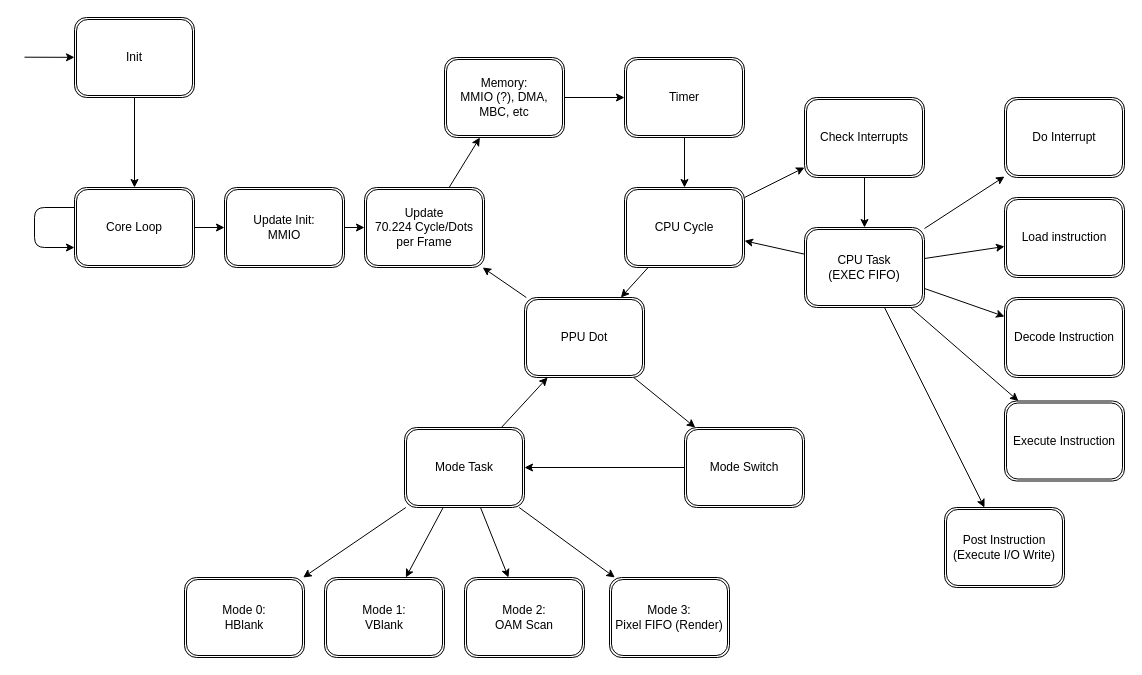
The draw.io diagram page "Cycle" (1 of 2) of doc/Emu.drawio in lifebu/rpg2k3-gb, before the edit. Source tidied: cells renumbered, new cells numbered last; positions are measured from the earlier drawing's top-left corner, leaving out a move shared by most shapes. Both pictures are drawn from the tidied source at 100%, with x=0, y=0 at pixel (24, 17).
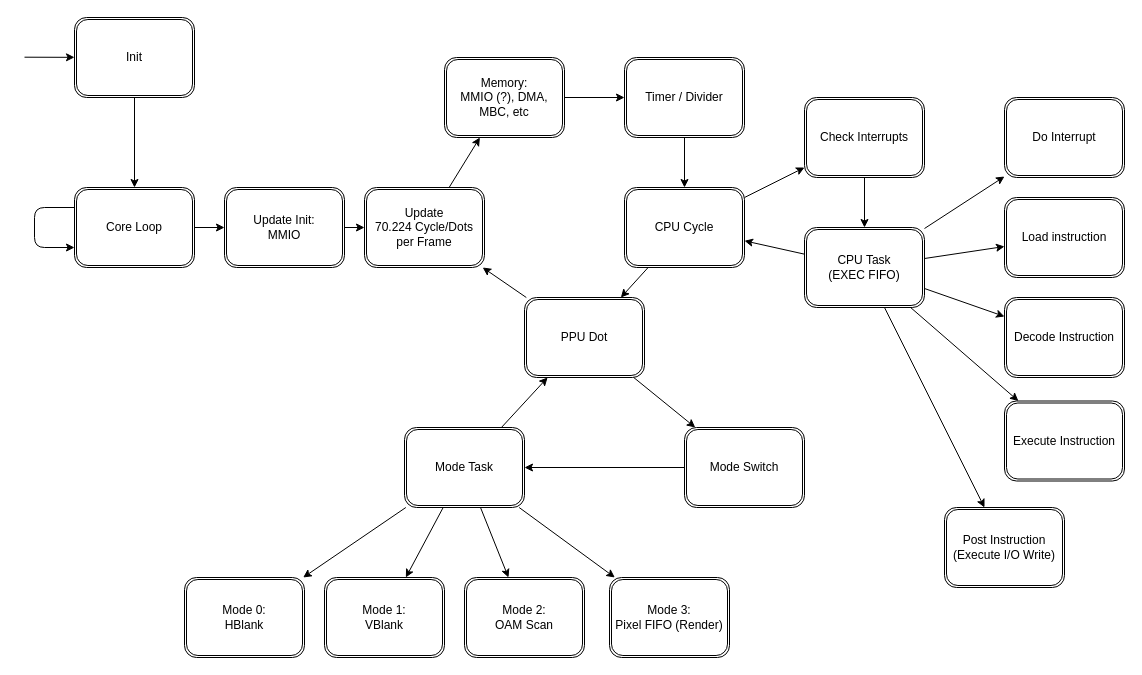
Above is the later version.

Commit message (it also covers changes not shown here):
Split MMIO into Timer and Joypad.

Change to the diagram source:
```diff
@@
-    <mxCell id="21" value="Timer" style="shape=ext;double=1;rounded=1;whiteSpace=wrap;html=1;" parent="1" vertex="1">
+    <mxCell id="21" value="Timer / Divider" style="shape=ext;double=1;rounded=1;whiteSpace=wrap;html=1;" parent="1" vertex="1">
       <mxGeometry x="600" y="40" width="120" height="80" as="geometry" />
     </mxCell>
```
